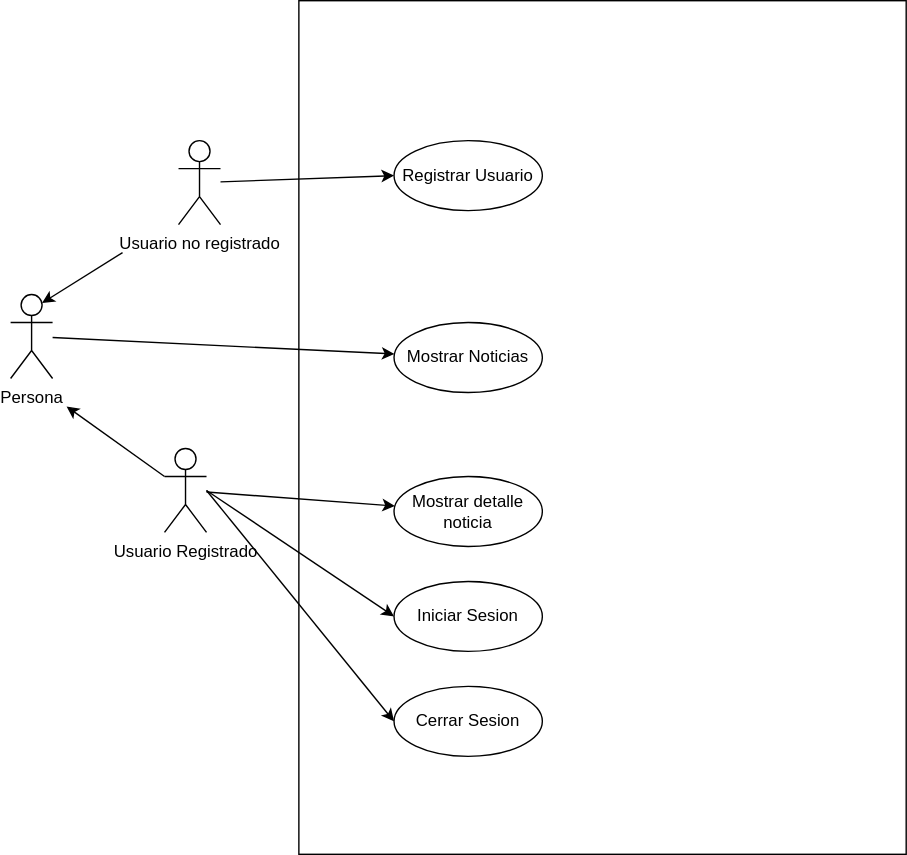
Above: PrimeraFecha2022.drawio.svg in juansirai/ING1 (draw.io), before the change. Source tidied: cells renumbered, new cells last; positions are measured from the earlier drawing's top-left corner, leaving out a move shared by most shapes.
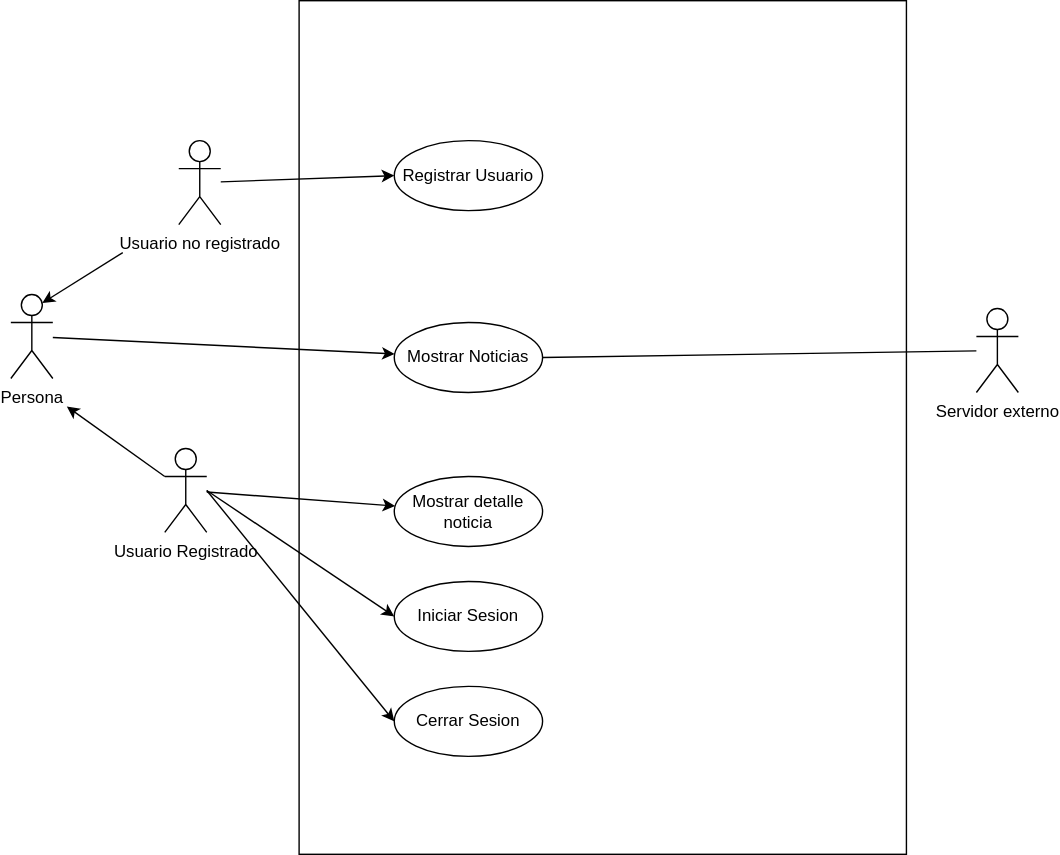
The same diagram one commit later.

What changed in the source:
```diff
@@ -58,5 +58,11 @@
     <mxCell id="17" style="endArrow=classic;html=1;rounded=0;entryX=0;entryY=0.5;entryDx=0;entryDy=0;" parent="1" edge="1" source="6" target="12">
       <mxGeometry relative="1" as="geometry" />
     </mxCell>
+    <mxCell id="18" value="Servidor externo" style="shape=umlActor;verticalLabelPosition=bottom;verticalAlign=top;html=1;outlineConnect=0;" parent="1" vertex="1">
+      <mxGeometry x="690" y="220" width="30" height="60" as="geometry" />
+    </mxCell>
+    <mxCell id="19" style="endArrow=none;html=1;rounded=0;exitX=1;exitY=0.5;exitDx=0;exitDy=0;" parent="1" edge="1" source="3" target="18">
+      <mxGeometry relative="1" as="geometry" />
+    </mxCell>
   </root>
 </mxGraphModel>
```
